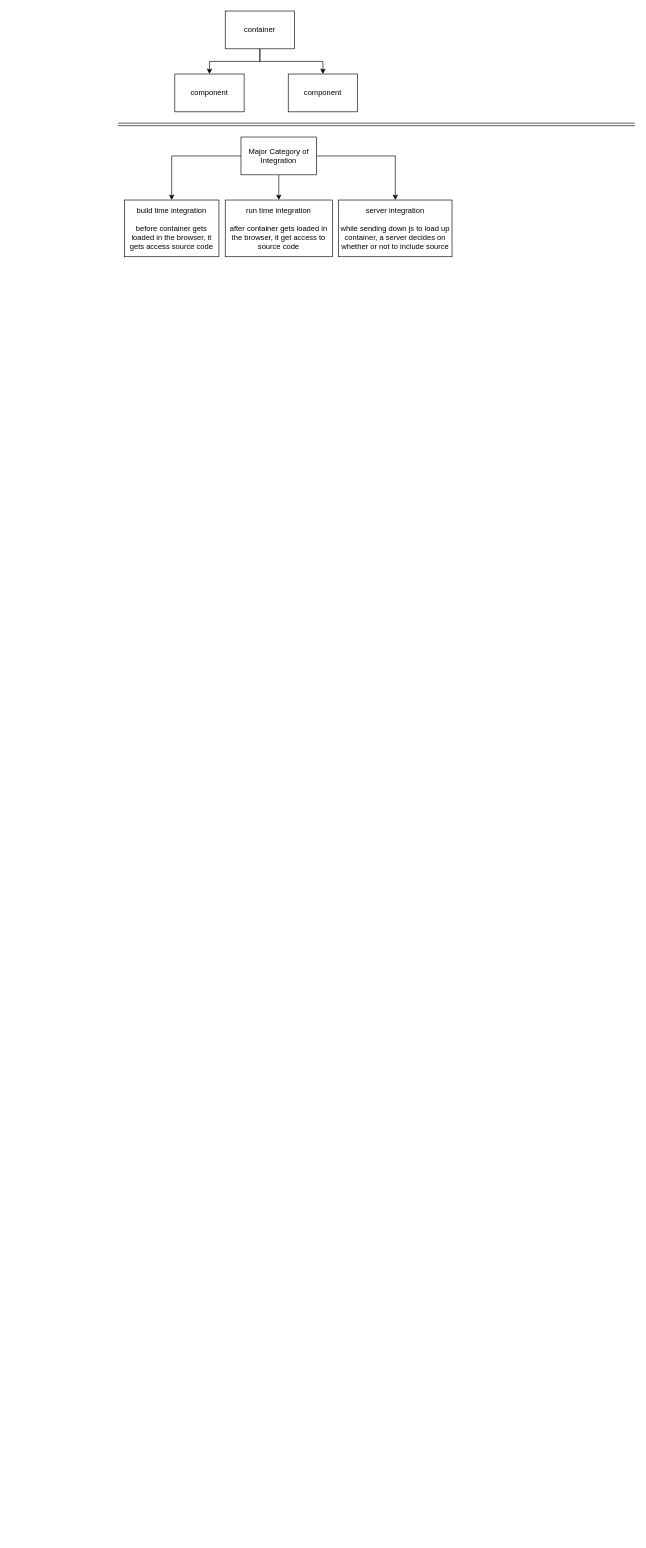
Earlier version of the draw.io diagram Untitled Diagram.drawio (IrwantoCia/chart). Source tidied: cells renumbered, new cells numbered last; positions are measured from the earlier drawing's top-left corner, leaving out a move shared by most shapes. Both pictures are drawn from the tidied source at 63%, with x=0, y=0 at pixel (118, 11).
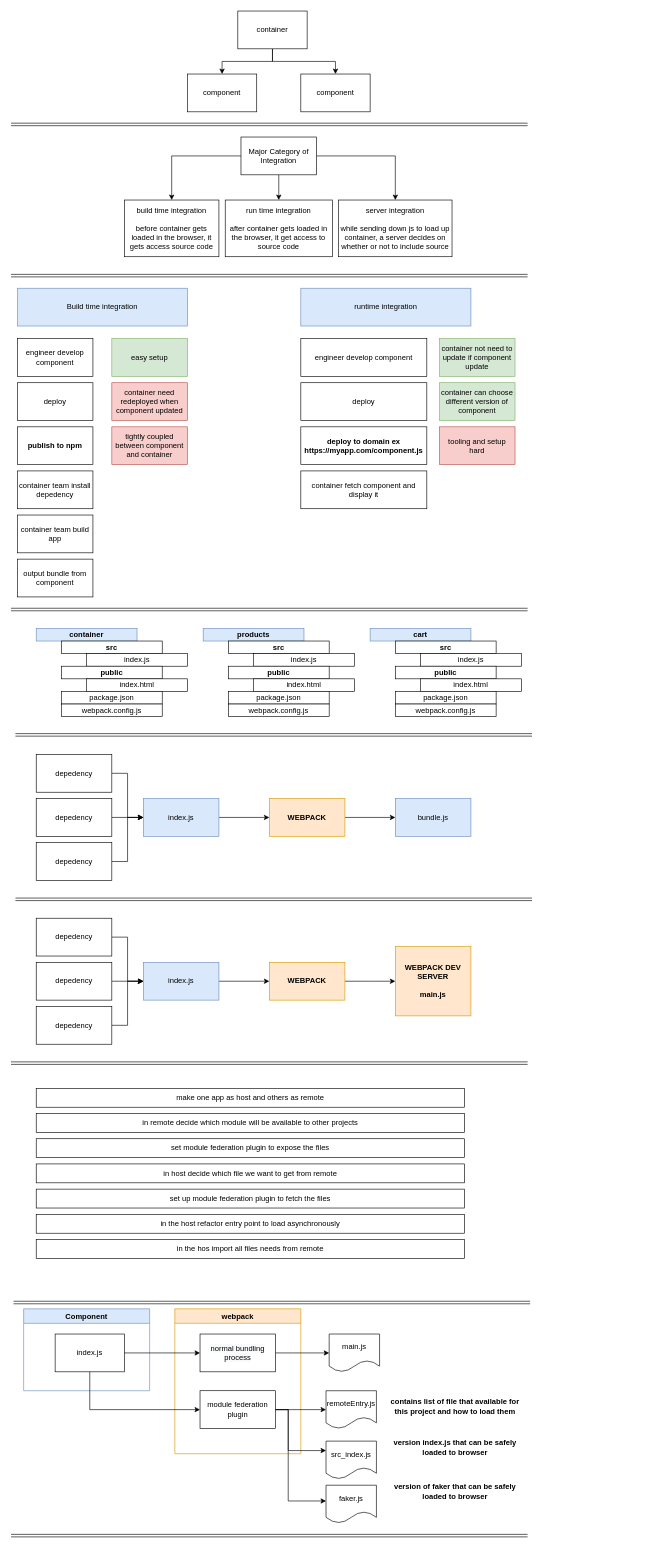
The same diagram, later.

What changed in the source:
```diff
@@
     <mxCell id="11" value="container" style="rounded=0;whiteSpace=wrap;html=1;" parent="1" vertex="1">
-      <mxGeometry x="170" width="110" height="60" as="geometry" />
+      <mxGeometry x="190" width="110" height="60" as="geometry" />
     </mxCell>
     <mxCell id="12" value="component" style="rounded=0;whiteSpace=wrap;html=1;" parent="1" vertex="1">
-      <mxGeometry x="90" y="100" width="110" height="60" as="geometry" />
+      <mxGeometry x="110" y="100" width="110" height="60" as="geometry" />
     </mxCell>
     <mxCell id="13" value="component" style="rounded=0;whiteSpace=wrap;html=1;" parent="1" vertex="1">
-      <mxGeometry x="270" y="100" width="110" height="60" as="geometry" />
+      <mxGeometry x="290" y="100" width="110" height="60" as="geometry" />
     </mxCell>
     <mxCell id="14" style="shape=link;html=1;" parent="1" edge="1">
       <mxGeometry relative="1" as="geometry">
-        <mxPoint y="180" as="sourcePoint" />
-        <mxPoint x="820" y="180" as="targetPoint" />
+        <mxPoint x="-170" y="180" as="sourcePoint" />
+        <mxPoint x="650" y="180" as="targetPoint" />
       </mxGeometry>
     </mxCell>
+    <mxCell id="15" style="shape=link;html=1;" parent="1" edge="1">
+      <mxGeometry relative="1" as="geometry">
+        <mxPoint x="-170" y="420" as="sourcePoint" />
+        <mxPoint x="650" y="420" as="targetPoint" />
+      </mxGeometry>
+    </mxCell>
+    <mxCell id="16" value="Build time integration" style="rounded=0;whiteSpace=wrap;html=1;fillColor=#dae8fc;strokeColor=#6c8ebf;" parent="1" vertex="1">
+      <mxGeometry x="-160" y="440" width="270" height="60" as="geometry" />
+    </mxCell>
+    <mxCell id="17" value="engineer develop component" style="rounded=0;whiteSpace=wrap;html=1;" parent="1" vertex="1">
+      <mxGeometry x="-160" y="520" width="120" height="60" as="geometry" />
+    </mxCell>
+    <mxCell id="18" value="deploy" style="rounded=0;whiteSpace=wrap;html=1;" parent="1" vertex="1">
+      <mxGeometry x="-160" y="590" width="120" height="60" as="geometry" />
+    </mxCell>
+    <mxCell id="19" value="publish to npm" style="rounded=0;whiteSpace=wrap;html=1;fontStyle=1;" parent="1" vertex="1">
+      <mxGeometry x="-160" y="660" width="120" height="60" as="geometry" />
+    </mxCell>
+    <mxCell id="20" value="container team install depedency" style="rounded=0;whiteSpace=wrap;html=1;" parent="1" vertex="1">
+      <mxGeometry x="-160" y="730" width="120" height="60" as="geometry" />
+    </mxCell>
+    <mxCell id="21" value="container team build app" style="rounded=0;whiteSpace=wrap;html=1;" parent="1" vertex="1">
+      <mxGeometry x="-160" y="800" width="120" height="60" as="geometry" />
+    </mxCell>
+    <mxCell id="22" value="output bundle from component" style="rounded=0;whiteSpace=wrap;html=1;" parent="1" vertex="1">
+      <mxGeometry x="-160" y="870" width="120" height="60" as="geometry" />
+    </mxCell>
+    <mxCell id="23" value="easy setup" style="rounded=0;whiteSpace=wrap;html=1;fillColor=#d5e8d4;strokeColor=#82b366;" parent="1" vertex="1">
+      <mxGeometry x="-10" y="520" width="120" height="60" as="geometry" />
+    </mxCell>
+    <mxCell id="24" value="container need redeployed when component updated" style="rounded=0;whiteSpace=wrap;html=1;fillColor=#f8cecc;strokeColor=#b85450;" parent="1" vertex="1">
+      <mxGeometry x="-10" y="590" width="120" height="60" as="geometry" />
+    </mxCell>
+    <mxCell id="25" value="tightly coupled between component and container" style="rounded=0;whiteSpace=wrap;html=1;fillColor=#f8cecc;strokeColor=#b85450;" parent="1" vertex="1">
+      <mxGeometry x="-10" y="660" width="120" height="60" as="geometry" />
+    </mxCell>
+    <mxCell id="26" value="runtime integration" style="rounded=0;whiteSpace=wrap;html=1;fillColor=#dae8fc;strokeColor=#6c8ebf;" parent="1" vertex="1">
+      <mxGeometry x="290" y="440" width="270" height="60" as="geometry" />
+    </mxCell>
+    <mxCell id="27" value="engineer develop component" style="rounded=0;whiteSpace=wrap;html=1;" parent="1" vertex="1">
+      <mxGeometry x="290" y="520" width="200" height="60" as="geometry" />
+    </mxCell>
+    <mxCell id="28" value="deploy" style="rounded=0;whiteSpace=wrap;html=1;" parent="1" vertex="1">
+      <mxGeometry x="290" y="590" width="200" height="60" as="geometry" />
+    </mxCell>
+    <mxCell id="29" value="deploy to domain ex https://myapp.com/component.js" style="rounded=0;whiteSpace=wrap;html=1;fontStyle=1;" parent="1" vertex="1">
+      <mxGeometry x="290" y="660" width="200" height="60" as="geometry" />
+    </mxCell>
+    <mxCell id="30" value="container fetch component and display it" style="rounded=0;whiteSpace=wrap;html=1;" parent="1" vertex="1">
+      <mxGeometry x="290" y="730" width="200" height="60" as="geometry" />
+    </mxCell>
+    <mxCell id="31" value="container not need to update if component update" style="rounded=0;whiteSpace=wrap;html=1;fillColor=#d5e8d4;strokeColor=#82b366;" parent="1" vertex="1">
+      <mxGeometry x="510" y="520" width="120" height="60" as="geometry" />
+    </mxCell>
+    <mxCell id="32" value="tooling and setup hard" style="rounded=0;whiteSpace=wrap;html=1;fillColor=#f8cecc;strokeColor=#b85450;" parent="1" vertex="1">
+      <mxGeometry x="510" y="660" width="120" height="60" as="geometry" />
+    </mxCell>
+    <mxCell id="33" value="container can choose different version of component" style="rounded=0;whiteSpace=wrap;html=1;fillColor=#d5e8d4;strokeColor=#82b366;" parent="1" vertex="1">
+      <mxGeometry x="510" y="590" width="120" height="60" as="geometry" />
+    </mxCell>
+    <mxCell id="34" style="shape=link;html=1;" parent="1" edge="1">
+      <mxGeometry relative="1" as="geometry">
+        <mxPoint x="-170" y="950" as="sourcePoint" />
+        <mxPoint x="650" y="950" as="targetPoint" />
+      </mxGeometry>
+    </mxCell>
+    <mxCell id="35" value="container" style="rounded=0;whiteSpace=wrap;html=1;fontStyle=1;fillColor=#dae8fc;strokeColor=#6c8ebf;" parent="1" vertex="1">
+      <mxGeometry x="-130" y="980" width="160" height="20" as="geometry" />
+    </mxCell>
+    <mxCell id="36" value="src" style="rounded=0;whiteSpace=wrap;html=1;fontStyle=1;" parent="1" vertex="1">
+      <mxGeometry x="-90" y="1000" width="160" height="20" as="geometry" />
+    </mxCell>
+    <mxCell id="37" value="index.js" style="rounded=0;whiteSpace=wrap;html=1;" parent="1" vertex="1">
+      <mxGeometry x="-50" y="1020" width="160" height="20" as="geometry" />
+    </mxCell>
+    <mxCell id="38" value="public" style="rounded=0;whiteSpace=wrap;html=1;fontStyle=1;" parent="1" vertex="1">
+      <mxGeometry x="-90" y="1040" width="160" height="20" as="geometry" />
+    </mxCell>
+    <mxCell id="39" value="index.html" style="rounded=0;whiteSpace=wrap;html=1;" parent="1" vertex="1">
+      <mxGeometry x="-50" y="1060" width="160" height="20" as="geometry" />
+    </mxCell>
+    <mxCell id="40" value="package.json" style="rounded=0;whiteSpace=wrap;html=1;" parent="1" vertex="1">
+      <mxGeometry x="-90" y="1080" width="160" height="20" as="geometry" />
+    </mxCell>
+    <mxCell id="41" value="webpack.config.js" style="rounded=0;whiteSpace=wrap;html=1;" parent="1" vertex="1">
+      <mxGeometry x="-90" y="1100" width="160" height="20" as="geometry" />
+    </mxCell>
+    <mxCell id="42" value="products" style="rounded=0;whiteSpace=wrap;html=1;fontStyle=1;fillColor=#dae8fc;strokeColor=#6c8ebf;" parent="1" vertex="1">
+      <mxGeometry x="135" y="980" width="160" height="20" as="geometry" />
+    </mxCell>
+    <mxCell id="43" value="src" style="rounded=0;whiteSpace=wrap;html=1;fontStyle=1;" parent="1" vertex="1">
+      <mxGeometry x="175" y="1000" width="160" height="20" as="geometry" />
+    </mxCell>
+    <mxCell id="44" value="index.js" style="rounded=0;whiteSpace=wrap;html=1;" parent="1" vertex="1">
+      <mxGeometry x="215" y="1020" width="160" height="20" as="geometry" />
+    </mxCell>
+    <mxCell id="45" value="public" style="rounded=0;whiteSpace=wrap;html=1;fontStyle=1;" parent="1" vertex="1">
+      <mxGeometry x="175" y="1040" width="160" height="20" as="geometry" />
+    </mxCell>
+    <mxCell id="46" value="index.html" style="rounded=0;whiteSpace=wrap;html=1;" parent="1" vertex="1">
+      <mxGeometry x="215" y="1060" width="160" height="20" as="geometry" />
+    </mxCell>
+    <mxCell id="47" value="package.json" style="rounded=0;whiteSpace=wrap;html=1;" parent="1" vertex="1">
+      <mxGeometry x="175" y="1080" width="160" height="20" as="geometry" />
+    </mxCell>
+    <mxCell id="48" value="webpack.config.js" style="rounded=0;whiteSpace=wrap;html=1;" parent="1" vertex="1">
+      <mxGeometry x="175" y="1100" width="160" height="20" as="geometry" />
+    </mxCell>
+    <mxCell id="49" value="cart" style="rounded=0;whiteSpace=wrap;html=1;fontStyle=1;fillColor=#dae8fc;strokeColor=#6c8ebf;" parent="1" vertex="1">
+      <mxGeometry x="400" y="980" width="160" height="20" as="geometry" />
+    </mxCell>
+    <mxCell id="50" value="src" style="rounded=0;whiteSpace=wrap;html=1;fontStyle=1;" parent="1" vertex="1">
+      <mxGeometry x="440" y="1000" width="160" height="20" as="geometry" />
+    </mxCell>
+    <mxCell id="51" value="index.js" style="rounded=0;whiteSpace=wrap;html=1;" parent="1" vertex="1">
+      <mxGeometry x="480" y="1020" width="160" height="20" as="geometry" />
+    </mxCell>
+    <mxCell id="52" value="public" style="rounded=0;whiteSpace=wrap;html=1;fontStyle=1;" parent="1" vertex="1">
+      <mxGeometry x="440" y="1040" width="160" height="20" as="geometry" />
+    </mxCell>
+    <mxCell id="53" value="index.html" style="rounded=0;whiteSpace=wrap;html=1;" parent="1" vertex="1">
+      <mxGeometry x="480" y="1060" width="160" height="20" as="geometry" />
+    </mxCell>
+    <mxCell id="54" value="package.json" style="rounded=0;whiteSpace=wrap;html=1;" parent="1" vertex="1">
+      <mxGeometry x="440" y="1080" width="160" height="20" as="geometry" />
+    </mxCell>
+    <mxCell id="55" value="webpack.config.js" style="rounded=0;whiteSpace=wrap;html=1;" parent="1" vertex="1">
+      <mxGeometry x="440" y="1100" width="160" height="20" as="geometry" />
+    </mxCell>
+    <mxCell id="56" style="shape=link;html=1;" parent="1" edge="1">
+      <mxGeometry relative="1" as="geometry">
+        <mxPoint x="-163" y="1149" as="sourcePoint" />
+        <mxPoint x="657" y="1149" as="targetPoint" />
+      </mxGeometry>
+    </mxCell>
+    <mxCell id="57" style="edgeStyle=orthogonalEdgeStyle;rounded=0;jettySize=auto;html=1;exitX=1;exitY=0.5;exitDx=0;exitDy=0;entryX=0;entryY=0.5;entryDx=0;entryDy=0;" parent="1" edge="1" source="58" target="60">
+      <mxGeometry relative="1" as="geometry" />
+    </mxCell>
+    <mxCell id="58" value="depedency" style="rounded=0;whiteSpace=wrap;html=1;" parent="1" vertex="1">
+      <mxGeometry x="-130" y="1180" width="120" height="60" as="geometry" />
+    </mxCell>
+    <mxCell id="59" style="edgeStyle=orthogonalEdgeStyle;rounded=0;jettySize=auto;html=1;" parent="1" edge="1" source="60" target="66">
+      <mxGeometry relative="1" as="geometry" />
+    </mxCell>
+    <mxCell id="60" value="index.js" style="rounded=0;whiteSpace=wrap;html=1;fillColor=#dae8fc;strokeColor=#6c8ebf;" parent="1" vertex="1">
+      <mxGeometry x="40" y="1250" width="120" height="60" as="geometry" />
+    </mxCell>
+    <mxCell id="61" style="edgeStyle=orthogonalEdgeStyle;rounded=0;jettySize=auto;html=1;" parent="1" edge="1" source="62" target="60">
+      <mxGeometry relative="1" as="geometry" />
+    </mxCell>
+    <mxCell id="62" value="depedency" style="rounded=0;whiteSpace=wrap;html=1;" parent="1" vertex="1">
+      <mxGeometry x="-130" y="1250" width="120" height="60" as="geometry" />
+    </mxCell>
+    <mxCell id="63" style="edgeStyle=orthogonalEdgeStyle;rounded=0;jettySize=auto;html=1;exitX=1;exitY=0.5;exitDx=0;exitDy=0;entryX=0;entryY=0.5;entryDx=0;entryDy=0;" parent="1" edge="1" source="64" target="60">
+      <mxGeometry relative="1" as="geometry" />
+    </mxCell>
+    <mxCell id="64" value="depedency" style="rounded=0;whiteSpace=wrap;html=1;" parent="1" vertex="1">
+      <mxGeometry x="-130" y="1320" width="120" height="60" as="geometry" />
+    </mxCell>
+    <mxCell id="65" style="edgeStyle=orthogonalEdgeStyle;rounded=0;jettySize=auto;html=1;" parent="1" edge="1" source="66" target="67">
+      <mxGeometry relative="1" as="geometry" />
+    </mxCell>
+    <mxCell id="66" value="WEBPACK" style="rounded=0;whiteSpace=wrap;html=1;fillColor=#ffe6cc;strokeColor=#d79b00;fontStyle=1;" parent="1" vertex="1">
+      <mxGeometry x="240" y="1250" width="120" height="60" as="geometry" />
+    </mxCell>
+    <mxCell id="67" value="bundle.js" style="rounded=0;whiteSpace=wrap;html=1;fillColor=#dae8fc;strokeColor=#6c8ebf;" parent="1" vertex="1">
+      <mxGeometry x="440" y="1250" width="120" height="60" as="geometry" />
+    </mxCell>
+    <mxCell id="68" style="shape=link;html=1;" parent="1" edge="1">
+      <mxGeometry relative="1" as="geometry">
+        <mxPoint x="-163" y="1410" as="sourcePoint" />
+        <mxPoint x="657" y="1410" as="targetPoint" />
+      </mxGeometry>
+    </mxCell>
+    <mxCell id="69" style="edgeStyle=orthogonalEdgeStyle;rounded=0;jettySize=auto;html=1;exitX=1;exitY=0.5;exitDx=0;exitDy=0;entryX=0;entryY=0.5;entryDx=0;entryDy=0;" parent="1" edge="1" source="70" target="72">
+      <mxGeometry relative="1" as="geometry" />
+    </mxCell>
+    <mxCell id="70" value="depedency" style="rounded=0;whiteSpace=wrap;html=1;" parent="1" vertex="1">
+      <mxGeometry x="-130" y="1440" width="120" height="60" as="geometry" />
+    </mxCell>
+    <mxCell id="71" style="edgeStyle=orthogonalEdgeStyle;rounded=0;jettySize=auto;html=1;" parent="1" edge="1" source="72" target="78">
+      <mxGeometry relative="1" as="geometry" />
+    </mxCell>
+    <mxCell id="72" value="index.js" style="rounded=0;whiteSpace=wrap;html=1;fillColor=#dae8fc;strokeColor=#6c8ebf;" parent="1" vertex="1">
+      <mxGeometry x="40" y="1510" width="120" height="60" as="geometry" />
+    </mxCell>
+    <mxCell id="73" style="edgeStyle=orthogonalEdgeStyle;rounded=0;jettySize=auto;html=1;" parent="1" edge="1" source="74" target="72">
+      <mxGeometry relative="1" as="geometry" />
+    </mxCell>
+    <mxCell id="74" value="depedency" style="rounded=0;whiteSpace=wrap;html=1;" parent="1" vertex="1">
+      <mxGeometry x="-130" y="1510" width="120" height="60" as="geometry" />
+    </mxCell>
+    <mxCell id="75" style="edgeStyle=orthogonalEdgeStyle;rounded=0;jettySize=auto;html=1;exitX=1;exitY=0.5;exitDx=0;exitDy=0;entryX=0;entryY=0.5;entryDx=0;entryDy=0;" parent="1" edge="1" source="76" target="72">
+      <mxGeometry relative="1" as="geometry" />
+    </mxCell>
+    <mxCell id="76" value="depedency" style="rounded=0;whiteSpace=wrap;html=1;" parent="1" vertex="1">
+      <mxGeometry x="-130" y="1580" width="120" height="60" as="geometry" />
+    </mxCell>
+    <mxCell id="77" style="edgeStyle=orthogonalEdgeStyle;rounded=0;jettySize=auto;html=1;" parent="1" edge="1" source="78">
+      <mxGeometry relative="1" as="geometry">
+        <mxPoint x="440" y="1540" as="targetPoint" />
+      </mxGeometry>
+    </mxCell>
+    <mxCell id="78" value="WEBPACK" style="rounded=0;whiteSpace=wrap;html=1;fillColor=#ffe6cc;strokeColor=#d79b00;fontStyle=1;" parent="1" vertex="1">
+      <mxGeometry x="240" y="1510" width="120" height="60" as="geometry" />
+    </mxCell>
+    <mxCell id="79" value="WEBPACK DEV SERVER&lt;br&gt;&lt;br&gt;main.js" style="rounded=0;whiteSpace=wrap;html=1;fillColor=#ffe6cc;strokeColor=#d79b00;fontStyle=1;" parent="1" vertex="1">
+      <mxGeometry x="440" y="1485" width="120" height="110" as="geometry" />
+    </mxCell>
+    <mxCell id="80" style="shape=link;html=1;" parent="1" edge="1">
+      <mxGeometry relative="1" as="geometry">
+        <mxPoint x="-170" y="1670" as="sourcePoint" />
+        <mxPoint x="650" y="1670" as="targetPoint" />
+      </mxGeometry>
+    </mxCell>
+    <mxCell id="81" value="make one app as host and others as remote" style="rounded=0;whiteSpace=wrap;html=1;" parent="1" vertex="1">
+      <mxGeometry x="-130" y="1710" width="680" height="30" as="geometry" />
+    </mxCell>
+    <mxCell id="82" value="in remote decide which module will be available to other projects" style="rounded=0;whiteSpace=wrap;html=1;" parent="1" vertex="1">
+      <mxGeometry x="-130" y="1750" width="680" height="30" as="geometry" />
+    </mxCell>
+    <mxCell id="83" value="set module federation plugin to expose the files" style="rounded=0;whiteSpace=wrap;html=1;" parent="1" vertex="1">
+      <mxGeometry x="-130" y="1790" width="680" height="30" as="geometry" />
+    </mxCell>
+    <mxCell id="84" value="in host decide which file we want to get from remote" style="rounded=0;whiteSpace=wrap;html=1;" parent="1" vertex="1">
+      <mxGeometry x="-130" y="1830" width="680" height="30" as="geometry" />
+    </mxCell>
+    <mxCell id="85" value="set up module federation plugin to fetch the files" style="rounded=0;whiteSpace=wrap;html=1;" parent="1" vertex="1">
+      <mxGeometry x="-130" y="1870" width="680" height="30" as="geometry" />
+    </mxCell>
+    <mxCell id="86" value="in the host refactor entry point to load asynchronously" style="rounded=0;whiteSpace=wrap;html=1;" parent="1" vertex="1">
+      <mxGeometry x="-130" y="1910" width="680" height="30" as="geometry" />
+    </mxCell>
+    <mxCell id="87" value="in the hos import all files needs from remote" style="rounded=0;whiteSpace=wrap;html=1;" parent="1" vertex="1">
+      <mxGeometry x="-130" y="1950" width="680" height="30" as="geometry" />
+    </mxCell>
+    <mxCell id="88" style="shape=link;html=1;" parent="1" edge="1">
+      <mxGeometry relative="1" as="geometry">
+        <mxPoint x="-166" y="2050" as="sourcePoint" />
+        <mxPoint x="654" y="2050" as="targetPoint" />
+      </mxGeometry>
+    </mxCell>
+    <mxCell id="89" value="Component" style="swimlane;fillColor=#dae8fc;strokeColor=#6c8ebf;" parent="1" vertex="1">
+      <mxGeometry x="-150" y="2060" width="200" height="130" as="geometry" />
+    </mxCell>
+    <mxCell id="90" value="index.js" style="rounded=0;whiteSpace=wrap;html=1;" parent="89" vertex="1">
+      <mxGeometry x="50" y="40" width="110" height="60" as="geometry" />
+    </mxCell>
+    <mxCell id="91" value="webpack" style="swimlane;fillColor=#ffe6cc;strokeColor=#d79b00;" parent="1" vertex="1">
+      <mxGeometry x="90" y="2060" width="200" height="230" as="geometry" />
+    </mxCell>
+    <mxCell id="92" value="module federation plugin" style="rounded=0;whiteSpace=wrap;html=1;" parent="91" vertex="1">
+      <mxGeometry x="40" y="130" width="120" height="60" as="geometry" />
+    </mxCell>
+    <mxCell id="93" value="&lt;span style=&quot;color: rgb(0, 0, 0); font-family: helvetica; font-size: 12px; font-style: normal; font-weight: 400; letter-spacing: normal; text-align: center; text-indent: 0px; text-transform: none; word-spacing: 0px; background-color: rgb(248, 249, 250); display: inline; float: none;&quot;&gt;normal bundling process&lt;/span&gt;" style="whiteSpace=wrap;html=1;rounded=0;" parent="91" vertex="1">
+      <mxGeometry x="40" y="40" width="120" height="60" as="geometry" />
+    </mxCell>
+    <mxCell id="94" style="edgeStyle=orthogonalEdgeStyle;rounded=0;jettySize=auto;html=1;" parent="1" edge="1" source="90" target="93">
+      <mxGeometry relative="1" as="geometry">
+        <Array as="points">
+          <mxPoint x="70" y="2130" />
+          <mxPoint x="70" y="2130" />
+        </Array>
+      </mxGeometry>
+    </mxCell>
+    <mxCell id="95" style="edgeStyle=orthogonalEdgeStyle;rounded=0;jettySize=auto;html=1;exitX=0.5;exitY=1;exitDx=0;exitDy=0;entryX=0;entryY=0.5;entryDx=0;entryDy=0;" parent="1" edge="1" source="90" target="92">
+      <mxGeometry relative="1" as="geometry" />
+    </mxCell>
+    <mxCell id="96" value="main.js" style="shape=document;whiteSpace=wrap;html=1;boundedLbl=1;" parent="1" vertex="1">
+      <mxGeometry x="335" y="2100" width="80" height="60" as="geometry" />
+    </mxCell>
+    <mxCell id="97" style="edgeStyle=orthogonalEdgeStyle;rounded=0;jettySize=auto;html=1;exitX=1;exitY=0.5;exitDx=0;exitDy=0;entryX=0;entryY=0.5;entryDx=0;entryDy=0;" parent="1" edge="1" source="93" target="96">
+      <mxGeometry relative="1" as="geometry" />
+    </mxCell>
+    <mxCell id="98" value="remoteEntry.js" style="shape=document;whiteSpace=wrap;html=1;boundedLbl=1;" parent="1" vertex="1">
+      <mxGeometry x="330" y="2190" width="80" height="60" as="geometry" />
+    </mxCell>
+    <mxCell id="99" value="src_index.js" style="shape=document;whiteSpace=wrap;html=1;boundedLbl=1;" parent="1" vertex="1">
+      <mxGeometry x="330" y="2270" width="80" height="60" as="geometry" />
+    </mxCell>
+    <mxCell id="100" value="faker.js" style="shape=document;whiteSpace=wrap;html=1;boundedLbl=1;" parent="1" vertex="1">
+      <mxGeometry x="330" y="2340" width="80" height="60" as="geometry" />
+    </mxCell>
+    <mxCell id="101" style="edgeStyle=orthogonalEdgeStyle;rounded=0;jettySize=auto;html=1;exitX=1;exitY=0.5;exitDx=0;exitDy=0;entryX=0;entryY=0.5;entryDx=0;entryDy=0;fontStyle=1;" parent="1" edge="1" source="92" target="98">
+      <mxGeometry relative="1" as="geometry" />
+    </mxCell>
+    <mxCell id="102" style="edgeStyle=orthogonalEdgeStyle;rounded=0;jettySize=auto;html=1;entryX=0;entryY=0.25;entryDx=0;entryDy=0;" parent="1" edge="1" source="92" target="99">
+      <mxGeometry relative="1" as="geometry">
+        <Array as="points">
+          <mxPoint x="270" y="2220" />
+          <mxPoint x="270" y="2285" />
+        </Array>
+      </mxGeometry>
+    </mxCell>
+    <mxCell id="103" style="edgeStyle=orthogonalEdgeStyle;rounded=0;orthogonalLoop=1;jettySize=auto;html=1;entryX=0;entryY=0.25;entryDx=0;entryDy=0;" parent="1" edge="1">
+      <mxGeometry relative="1" as="geometry">
+        <mxPoint x="250" y="2220" as="sourcePoint" />
+        <mxPoint x="330" y="2365" as="targetPoint" />
+        <Array as="points">
+          <mxPoint x="270" y="2220" />
+          <mxPoint x="270" y="2365" />
+        </Array>
+      </mxGeometry>
+    </mxCell>
+    <mxCell id="104" value="contains list of file that available for this project and how to load them" style="text;html=1;strokeColor=none;fillColor=none;align=center;verticalAlign=middle;whiteSpace=wrap;rounded=0;fontStyle=1;" parent="1" vertex="1">
+      <mxGeometry x="430" y="2200" width="210" height="30" as="geometry" />
+    </mxCell>
+    <mxCell id="105" value="version index.js that can be safely loaded to browser" style="text;html=1;strokeColor=none;fillColor=none;align=center;verticalAlign=middle;whiteSpace=wrap;rounded=0;fontStyle=1;" parent="1" vertex="1">
+      <mxGeometry x="430" y="2270" width="210" height="20" as="geometry" />
+    </mxCell>
+    <mxCell id="106" value="version of faker that can be safely loaded to browser" style="text;html=1;strokeColor=none;fillColor=none;align=center;verticalAlign=middle;whiteSpace=wrap;rounded=0;fontStyle=1;" parent="1" vertex="1">
+      <mxGeometry x="430" y="2340" width="210" height="20" as="geometry" />
+    </mxCell>
+    <mxCell id="107" style="shape=link;html=1;" parent="1" edge="1">
+      <mxGeometry relative="1" as="geometry">
+        <mxPoint x="-170" y="2420" as="sourcePoint" />
+        <mxPoint x="650" y="2420" as="targetPoint" />
+      </mxGeometry>
+    </mxCell>
```
